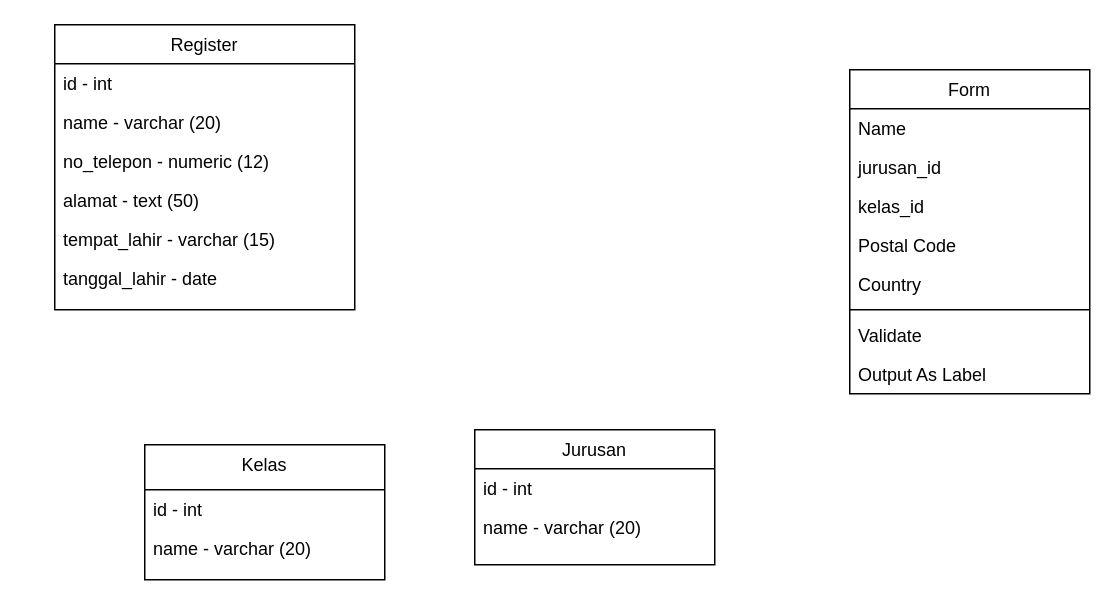
Earlier version of the draw.io diagram Untitled Diagram.drawio (danangsptro/register-vhs). Source tidied: cells renumbered, new cells numbered last; positions are measured from the earlier drawing's top-left corner, leaving out a move shared by most shapes. Both pictures are drawn from the tidied source at 150%, with x=0, y=0 at pixel (54, 24).
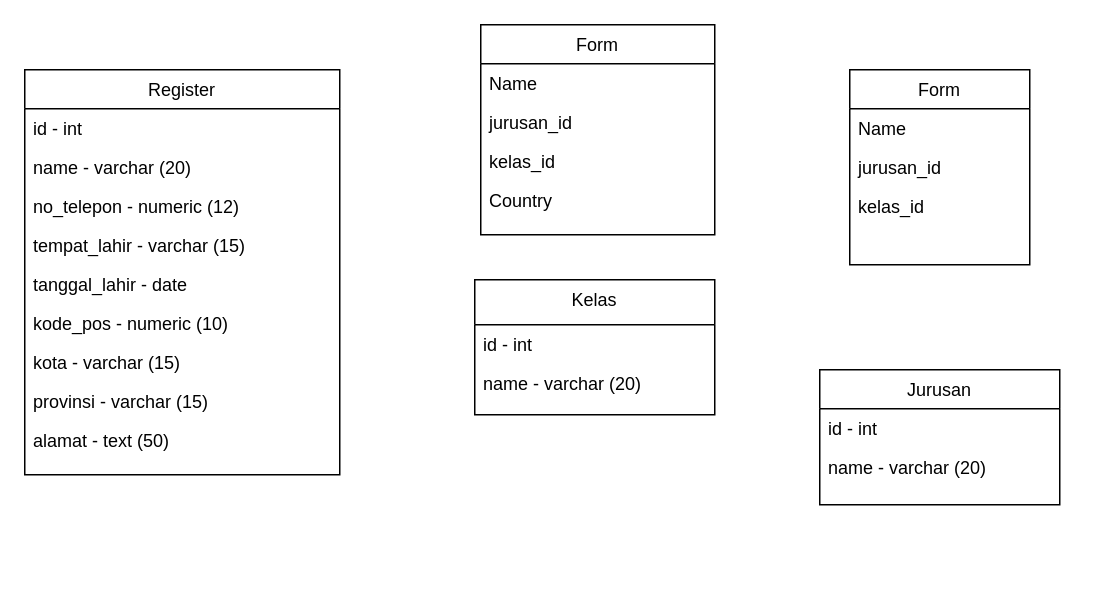
After the change.

The edit, as a diff of the source:
```diff
@@
     <mxCell id="2" value="Register" style="swimlane;fontStyle=0;align=center;verticalAlign=top;horizontal=1;startSize=26;rounded=0;shadow=0;strokeWidth=1;" parent="1" vertex="1">
-      <mxGeometry width="200" height="190" as="geometry" />
+      <mxGeometry x="-20" y="30" width="210" height="270" as="geometry" />
     </mxCell>
     <mxCell id="3" value="id - int" style="text;align=left;verticalAlign=top;spacingLeft=4;spacingRight=4;overflow=hidden;" parent="2" vertex="1">
-      <mxGeometry y="26" width="200" height="26" as="geometry" />
+      <mxGeometry y="26" width="210" height="26" as="geometry" />
     </mxCell>
     <mxCell id="4" value="name - varchar (20)" style="text;align=left;verticalAlign=top;spacingLeft=4;spacingRight=4;overflow=hidden;rounded=0;shadow=0;html=0;" parent="2" vertex="1">
-      <mxGeometry y="52" width="200" height="26" as="geometry" />
+      <mxGeometry y="52" width="210" height="26" as="geometry" />
     </mxCell>
     <mxCell id="5" value="no_telepon - numeric (12)" style="text;align=left;verticalAlign=top;spacingLeft=4;spacingRight=4;overflow=hidden;rounded=0;shadow=0;html=0;" parent="2" vertex="1">
-      <mxGeometry y="78" width="200" height="26" as="geometry" />
+      <mxGeometry y="78" width="210" height="26" as="geometry" />
     </mxCell>
-    <mxCell id="6" value="alamat - text (50)" style="text;align=left;verticalAlign=top;spacingLeft=4;spacingRight=4;overflow=hidden;rounded=0;shadow=0;html=0;" parent="2" vertex="1">
-      <mxGeometry y="104" width="200" height="26" as="geometry" />
-    </mxCell>
     <mxCell id="7" value="tempat_lahir - varchar (15)" style="text;align=left;verticalAlign=top;spacingLeft=4;spacingRight=4;overflow=hidden;rounded=0;shadow=0;html=0;" parent="2" vertex="1">
-      <mxGeometry y="130" width="200" height="26" as="geometry" />
+      <mxGeometry y="104" width="210" height="26" as="geometry" />
     </mxCell>
     <mxCell id="8" value="tanggal_lahir - date" style="text;align=left;verticalAlign=top;spacingLeft=4;spacingRight=4;overflow=hidden;rounded=0;shadow=0;html=0;" parent="2" vertex="1">
-      <mxGeometry y="156" width="200" height="26" as="geometry" />
+      <mxGeometry y="130" width="210" height="26" as="geometry" />
     </mxCell>
+    <mxCell id="24" value="kode_pos - numeric (10)" style="text;align=left;verticalAlign=top;spacingLeft=4;spacingRight=4;overflow=hidden;rounded=0;shadow=0;html=0;" parent="2" vertex="1">
+      <mxGeometry y="156" width="210" height="26" as="geometry" />
+    </mxCell>
+    <mxCell id="25" value="kota - varchar (15)" style="text;align=left;verticalAlign=top;spacingLeft=4;spacingRight=4;overflow=hidden;rounded=0;shadow=0;html=0;" parent="2" vertex="1">
+      <mxGeometry y="182" width="210" height="26" as="geometry" />
+    </mxCell>
+    <mxCell id="26" value="provinsi - varchar (15)" style="text;align=left;verticalAlign=top;spacingLeft=4;spacingRight=4;overflow=hidden;rounded=0;shadow=0;html=0;" parent="2" vertex="1">
+      <mxGeometry y="208" width="210" height="26" as="geometry" />
+    </mxCell>
+    <mxCell id="6" value="alamat - text (50)" style="text;align=left;verticalAlign=top;spacingLeft=4;spacingRight=4;overflow=hidden;rounded=0;shadow=0;html=0;" parent="2" vertex="1">
+      <mxGeometry y="234" width="210" height="26" as="geometry" />
+    </mxCell>
     <mxCell id="9" value="Kelas" style="swimlane;fontStyle=0;align=center;verticalAlign=top;horizontal=1;startSize=30;rounded=0;shadow=0;strokeWidth=1;" parent="1" vertex="1">
-      <mxGeometry x="60" y="280" width="160" height="90" as="geometry" />
+      <mxGeometry x="280" y="170" width="160" height="90" as="geometry" />
     </mxCell>
@@
     <mxCell id="12" value="Jurusan" style="swimlane;fontStyle=0;align=center;verticalAlign=top;horizontal=1;startSize=26;rounded=0;shadow=0;strokeWidth=1;" parent="1" vertex="1">
-      <mxGeometry x="280" y="270" width="160" height="90" as="geometry" />
+      <mxGeometry x="510" y="230" width="160" height="90" as="geometry" />
     </mxCell>
@@
     <mxCell id="15" value="Form" style="swimlane;fontStyle=0;align=center;verticalAlign=top;horizontal=1;startSize=26;rounded=0;shadow=0;strokeWidth=1;" parent="1" vertex="1">
-      <mxGeometry x="530" y="30" width="160" height="216" as="geometry" />
+      <mxGeometry x="530" y="30" width="120" height="130" as="geometry" />
     </mxCell>
     <mxCell id="16" value="Name" style="text;align=left;verticalAlign=top;spacingLeft=4;spacingRight=4;overflow=hidden;" parent="15" vertex="1">
-      <mxGeometry y="26" width="160" height="26" as="geometry" />
+      <mxGeometry y="26" width="120" height="26" as="geometry" />
     </mxCell>
     <mxCell id="17" value="jurusan_id" style="text;align=left;verticalAlign=top;spacingLeft=4;spacingRight=4;overflow=hidden;rounded=0;shadow=0;html=0;" parent="15" vertex="1">
-      <mxGeometry y="52" width="160" height="26" as="geometry" />
+      <mxGeometry y="52" width="120" height="26" as="geometry" />
     </mxCell>
     <mxCell id="18" value="kelas_id" style="text;align=left;verticalAlign=top;spacingLeft=4;spacingRight=4;overflow=hidden;rounded=0;shadow=0;html=0;" parent="15" vertex="1">
-      <mxGeometry y="78" width="160" height="26" as="geometry" />
+      <mxGeometry y="78" width="120" height="26" as="geometry" />
     </mxCell>
-    <mxCell id="19" value="Postal Code" style="text;align=left;verticalAlign=top;spacingLeft=4;spacingRight=4;overflow=hidden;rounded=0;shadow=0;html=0;" parent="15" vertex="1">
-      <mxGeometry y="104" width="160" height="26" as="geometry" />
-    </mxCell>
+    <mxCell id="27" value="Form" style="swimlane;fontStyle=0;align=center;verticalAlign=top;horizontal=1;startSize=26;rounded=0;shadow=0;strokeWidth=1;" parent="1" vertex="1">
+      <mxGeometry x="284" width="156" height="140" as="geometry" />
+    </mxCell>
+    <mxCell id="28" value="Name" style="text;align=left;verticalAlign=top;spacingLeft=4;spacingRight=4;overflow=hidden;" parent="27" vertex="1">
+      <mxGeometry y="26" width="156" height="26" as="geometry" />
+    </mxCell>
+    <mxCell id="29" value="jurusan_id" style="text;align=left;verticalAlign=top;spacingLeft=4;spacingRight=4;overflow=hidden;rounded=0;shadow=0;html=0;" parent="27" vertex="1">
+      <mxGeometry y="52" width="156" height="26" as="geometry" />
+    </mxCell>
+    <mxCell id="30" value="kelas_id" style="text;align=left;verticalAlign=top;spacingLeft=4;spacingRight=4;overflow=hidden;rounded=0;shadow=0;html=0;" parent="27" vertex="1">
+      <mxGeometry y="78" width="156" height="26" as="geometry" />
+    </mxCell>
-    <mxCell id="20" value="Country" style="text;align=left;verticalAlign=top;spacingLeft=4;spacingRight=4;overflow=hidden;rounded=0;shadow=0;html=0;" parent="15" vertex="1">
-      <mxGeometry y="130" width="160" height="26" as="geometry" />
+    <mxCell id="20" value="Country" style="text;align=left;verticalAlign=top;spacingLeft=4;spacingRight=4;overflow=hidden;rounded=0;shadow=0;html=0;" parent="27" vertex="1">
+      <mxGeometry y="104" width="156" height="26" as="geometry" />
     </mxCell>
-    <mxCell id="21" style="line;html=1;strokeWidth=1;align=left;verticalAlign=middle;spacingTop=-1;spacingLeft=3;spacingRight=3;labelPosition=right;" parent="15" vertex="1">
-      <mxGeometry y="156" width="160" height="8" as="geometry" />
-    </mxCell>
-    <mxCell id="22" value="Validate" style="text;align=left;verticalAlign=top;spacingLeft=4;spacingRight=4;overflow=hidden;" parent="15" vertex="1">
-      <mxGeometry y="164" width="160" height="26" as="geometry" />
-    </mxCell>
-    <mxCell id="23" value="Output As Label" style="text;align=left;verticalAlign=top;spacingLeft=4;spacingRight=4;overflow=hidden;" parent="15" vertex="1">
-      <mxGeometry y="190" width="160" height="26" as="geometry" />
-    </mxCell>
```
